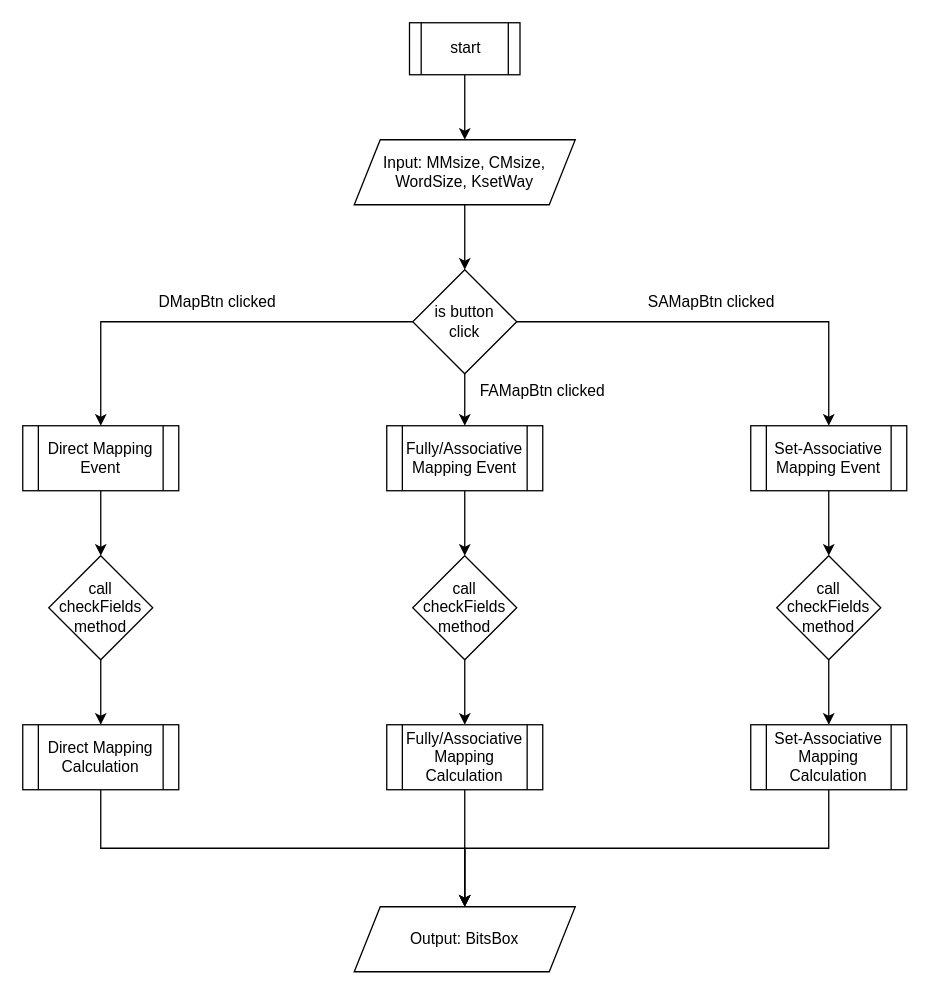
This is Untitled Diagram.drawio from AimanIskndr/ICO-kash, a draw.io file, before an edit. Source tidied: cells renumbered, new cells numbered last; positions are measured from the earlier drawing's top-left corner, leaving out a move shared by most shapes. Both pictures are drawn from the tidied source at 130%, with x=0, y=0 at pixel (22, 22).
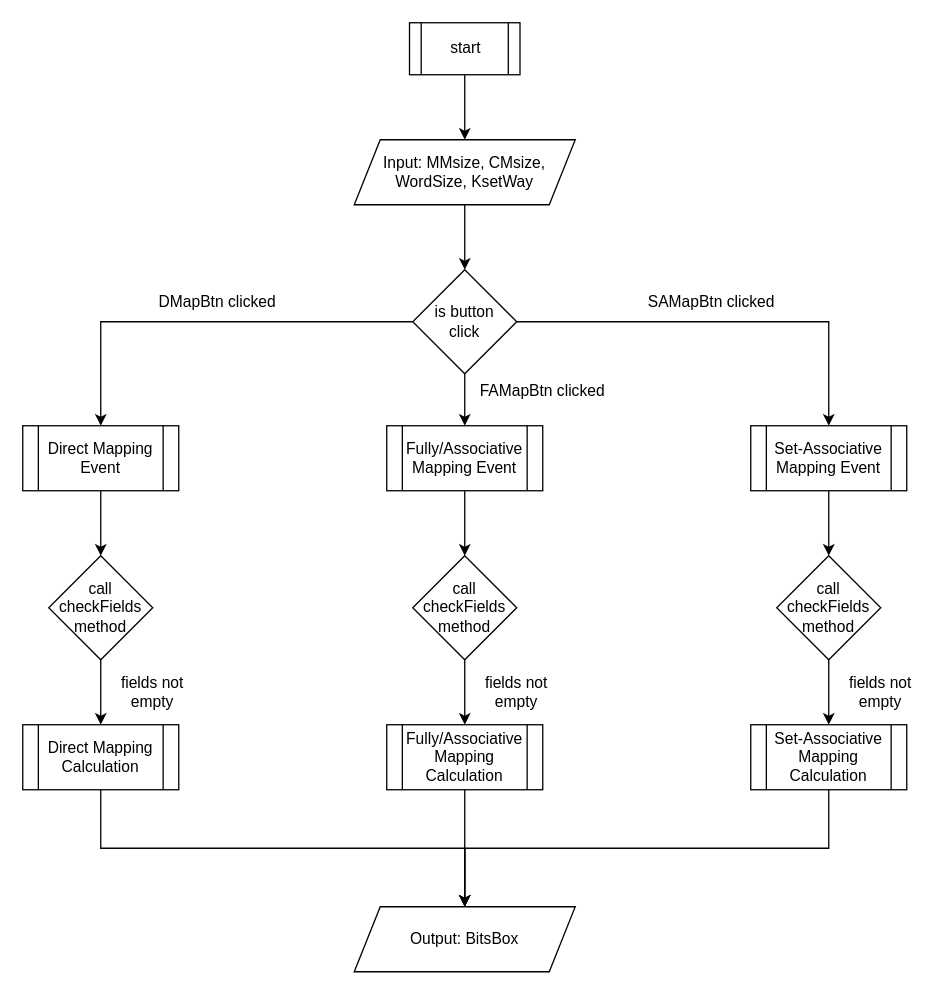
Above is the later version.

Change to the diagram source:
```diff
@@
+    <mxCell id="32" value="fields not empty" style="text;html=1;strokeColor=none;fillColor=none;align=center;verticalAlign=middle;whiteSpace=wrap;rounded=0;" parent="1" vertex="1">
+      <mxGeometry x="70" y="500" width="60" height="30" as="geometry" />
+    </mxCell>
+    <mxCell id="33" value="fields not empty" style="text;html=1;strokeColor=none;fillColor=none;align=center;verticalAlign=middle;whiteSpace=wrap;rounded=0;" parent="1" vertex="1">
+      <mxGeometry x="350" y="500" width="60" height="30" as="geometry" />
+    </mxCell>
+    <mxCell id="34" value="fields not empty" style="text;html=1;strokeColor=none;fillColor=none;align=center;verticalAlign=middle;whiteSpace=wrap;rounded=0;" parent="1" vertex="1">
+      <mxGeometry x="630" y="500" width="60" height="30" as="geometry" />
+    </mxCell>
```
